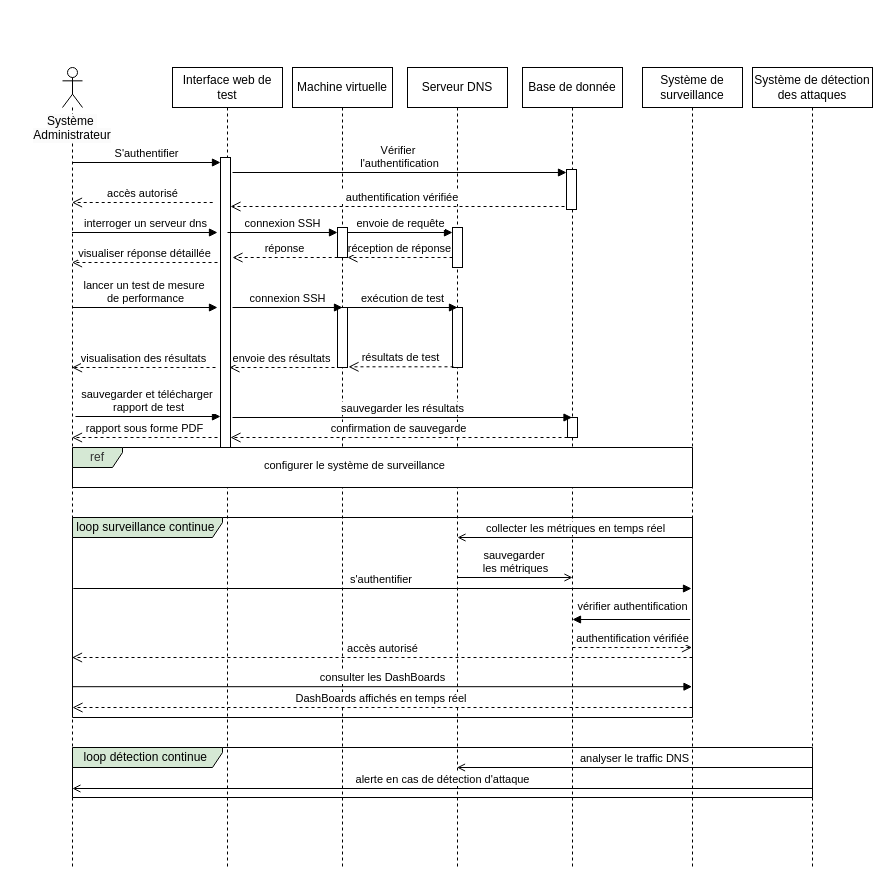
Above: sequence.drawio in eya-harbaoui/Diagramms (draw.io), before the change. Source tidied: cells renumbered, new cells numbered last; positions are measured from the earlier drawing's top-left corner, leaving out a move shared by most shapes. Both pictures are drawn from the tidied source at 100%, with x=0, y=0 at pixel (17, 67).
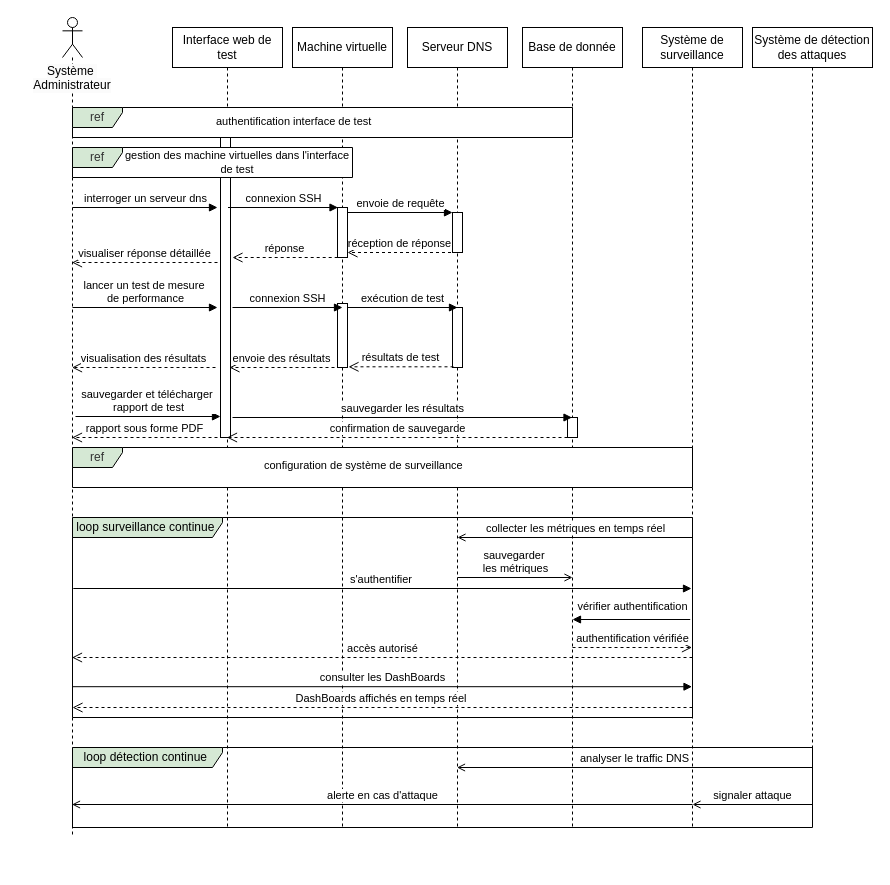
The same diagram, later.

Commit message (it also covers changes not shown here):
Mettre à jour sequence.drawio

Diff of the diagram source:
```diff
@@
     <mxCell id="2" value="Interface web de test" style="shape=umlLifeline;perimeter=lifelinePerimeter;whiteSpace=wrap;html=1;outlineConnect=0;portConstraint=eastwest;newEdgeStyle={&quot;edgeStyle&quot;:&quot;elbowEdgeStyle&quot;,&quot;elbow&quot;:&quot;vertical&quot;,&quot;curved&quot;:0,&quot;rounded&quot;:0};" parent="1" vertex="1">
-      <mxGeometry x="155" width="110" height="800" as="geometry" />
+      <mxGeometry x="155" y="-40" width="110" height="800" as="geometry" />
     </mxCell>
     <mxCell id="3" style="html=1;points=[[0,0,0,0,5],[0,1,0,0,-5],[1,0,0,0,5],[1,1,0,0,-5]];perimeter=orthogonalPerimeter;outlineConnect=0;targetShapes=umlLifeline;portConstraint=eastwest;newEdgeStyle={&quot;curved&quot;:0,&quot;rounded&quot;:0};" parent="2" vertex="1">
-      <mxGeometry x="48" y="90" width="10" height="300" as="geometry" />
+      <mxGeometry x="48" y="90" width="10" height="320" as="geometry" />
     </mxCell>
     <mxCell id="4" value="Machine virtuelle" style="shape=umlLifeline;perimeter=lifelinePerimeter;whiteSpace=wrap;html=1;newEdgeStyle={&quot;edgeStyle&quot;:&quot;elbowEdgeStyle&quot;,&quot;elbow&quot;:&quot;vertical&quot;,&quot;curved&quot;:0,&quot;rounded&quot;:0};" parent="1" vertex="1">
-      <mxGeometry x="275" width="100" height="800" as="geometry" />
+      <mxGeometry x="275" y="-40" width="100" height="800" as="geometry" />
     </mxCell>
     <mxCell id="5" style="html=1;points=[[0,0,0,0,5],[0,1,0,0,-5],[1,0,0,0,5],[1,1,0,0,-5]];perimeter=orthogonalPerimeter;outlineConnect=0;targetShapes=umlLifeline;portConstraint=eastwest;newEdgeStyle={&quot;curved&quot;:0,&quot;rounded&quot;:0};" parent="4" vertex="1">
-      <mxGeometry x="45" y="160" width="10" height="30" as="geometry" />
+      <mxGeometry x="45" y="180" width="10" height="50" as="geometry" />
     </mxCell>
-    <mxCell id="6" value="connexion SSH" style="html=1;verticalAlign=bottom;endArrow=block;curved=0;rounded=0;entryX=0;entryY=0;entryDx=0;entryDy=5;" parent="4" edge="1" target="5">
-      <mxGeometry relative="1" as="geometry">
-        <mxPoint x="-65" y="165" as="sourcePoint" />
-      </mxGeometry>
-    </mxCell>
     <mxCell id="7" style="html=1;perimeter=orthogonalPerimeter;targetShapes=umlLifeline;newEdgeStyle={&quot;curved&quot;:0,&quot;rounded&quot;:0};" parent="4" vertex="1">
-      <mxGeometry x="45" y="240" width="10" height="60" as="geometry" />
+      <mxGeometry x="45" y="276" width="10" height="64" as="geometry" />
     </mxCell>
     <mxCell id="8" value="Base de donnée" style="shape=umlLifeline;perimeter=lifelinePerimeter;whiteSpace=wrap;html=1;outlineConnect=0;portConstraint=eastwest;newEdgeStyle={&quot;edgeStyle&quot;:&quot;elbowEdgeStyle&quot;,&quot;elbow&quot;:&quot;vertical&quot;,&quot;curved&quot;:0,&quot;rounded&quot;:0};" parent="1" vertex="1">
-      <mxGeometry x="505" width="100" height="800" as="geometry" />
+      <mxGeometry x="505" y="-40" width="100" height="800" as="geometry" />
     </mxCell>
-    <mxCell id="9" style="html=1;perimeter=orthogonalPerimeter;targetShapes=umlLifeline;newEdgeStyle={&quot;curved&quot;:0,&quot;rounded&quot;:0};" parent="8" vertex="1">
-      <mxGeometry x="44" y="102" width="10" height="40" as="geometry" />
-    </mxCell>
     <mxCell id="10" style="html=1;perimeter=orthogonalPerimeter;targetShapes=umlLifeline;newEdgeStyle={&quot;curved&quot;:0,&quot;rounded&quot;:0};" parent="8" vertex="1">
-      <mxGeometry x="45" y="350" width="10" height="20" as="geometry" />
+      <mxGeometry x="45" y="390" width="10" height="20" as="geometry" />
     </mxCell>
     <mxCell id="11" value="Serveur DNS" style="shape=umlLifeline;perimeter=lifelinePerimeter;whiteSpace=wrap;html=1;outlineConnect=0;portConstraint=eastwest;newEdgeStyle={&quot;edgeStyle&quot;:&quot;elbowEdgeStyle&quot;,&quot;elbow&quot;:&quot;vertical&quot;,&quot;curved&quot;:0,&quot;rounded&quot;:0};" parent="1" vertex="1">
-      <mxGeometry x="390" width="100" height="800" as="geometry" />
+      <mxGeometry x="390" y="-40" width="100" height="800" as="geometry" />
     </mxCell>
     <mxCell id="12" style="html=1;points=[[0,0,0,0,5],[0,1,0,0,-5],[1,0,0,0,5],[1,1,0,0,-5]];perimeter=orthogonalPerimeter;outlineConnect=0;targetShapes=umlLifeline;portConstraint=eastwest;newEdgeStyle={&quot;curved&quot;:0,&quot;rounded&quot;:0};" parent="11" vertex="1">
-      <mxGeometry x="45" y="160" width="10" height="40" as="geometry" />
+      <mxGeometry x="45" y="185" width="10" height="40" as="geometry" />
     </mxCell>
     <mxCell id="13" style="html=1;perimeter=orthogonalPerimeter;targetShapes=umlLifeline;newEdgeStyle={&quot;curved&quot;:0,&quot;rounded&quot;:0};" parent="11" vertex="1">
-      <mxGeometry x="45" y="240" width="10" height="60" as="geometry" />
+      <mxGeometry x="45" y="280" width="10" height="60" as="geometry" />
     </mxCell>
     <mxCell id="14" value="Système de surveillance" style="shape=umlLifeline;perimeter=lifelinePerimeter;whiteSpace=wrap;html=1;outlineConnect=0;portConstraint=eastwest;newEdgeStyle={&quot;edgeStyle&quot;:&quot;elbowEdgeStyle&quot;,&quot;elbow&quot;:&quot;vertical&quot;,&quot;curved&quot;:0,&quot;rounded&quot;:0};" parent="1" vertex="1">
-      <mxGeometry x="625" width="100" height="800" as="geometry" />
+      <mxGeometry x="625" y="-40" width="100" height="800" as="geometry" />
     </mxCell>
     <mxCell id="15" value="Système de détection des attaques" style="shape=umlLifeline;perimeter=lifelinePerimeter;whiteSpace=wrap;html=1;newEdgeStyle={&quot;edgeStyle&quot;:&quot;elbowEdgeStyle&quot;,&quot;elbow&quot;:&quot;vertical&quot;,&quot;curved&quot;:0,&quot;rounded&quot;:0};" parent="1" vertex="1">
-      <mxGeometry x="735" width="120" height="800" as="geometry" />
+      <mxGeometry x="735" y="-40" width="120" height="800" as="geometry" />
     </mxCell>
     <mxCell id="16" style="shape=umlLifeline;perimeter=lifelinePerimeter;whiteSpace=wrap;html=1;outlineConnect=0;portConstraint=eastwest;newEdgeStyle={&quot;curved&quot;:0,&quot;rounded&quot;:0};participant=umlActor;" parent="1" vertex="1">
-      <mxGeometry x="45" width="20" height="800" as="geometry" />
+      <mxGeometry x="45" y="-50" width="20" height="820" as="geometry" />
     </mxCell>
     <mxCell id="17" value="&lt;span style=&quot;color: rgb(0, 0, 0); font-family: Helvetica; font-size: 12px; font-style: normal; font-variant-ligatures: normal; font-variant-caps: normal; font-weight: 400; letter-spacing: normal; orphans: 2; text-indent: 0px; text-transform: none; widows: 2; word-spacing: 0px; -webkit-text-stroke-width: 0px; white-space: nowrap; background-color: rgb(251, 251, 251); text-decoration-thickness: initial; text-decoration-style: initial; text-decoration-color: initial; float: none; display: inline !important;&quot;&gt;Système&amp;nbsp;&lt;/span&gt;&lt;div style=&quot;forced-color-adjust: none; color: rgb(0, 0, 0); font-family: Helvetica; font-size: 12px; font-style: normal; font-variant-ligatures: normal; font-variant-caps: normal; font-weight: 400; letter-spacing: normal; orphans: 2; text-indent: 0px; text-transform: none; widows: 2; word-spacing: 0px; -webkit-text-stroke-width: 0px; white-space: nowrap; background-color: rgb(251, 251, 251); text-decoration-thickness: initial; text-decoration-style: initial; text-decoration-color: initial;&quot;&gt;Administrateur&lt;/div&gt;" style="text;whiteSpace=wrap;html=1;align=center;" parent="1" vertex="1">
-      <mxGeometry y="40" width="110" height="50" as="geometry" />
+      <mxGeometry y="-10" width="110" height="50" as="geometry" />
     </mxCell>
-    <mxCell id="18" value="accès autorisé" style="html=1;verticalAlign=bottom;endArrow=open;dashed=1;endSize=8;curved=0;rounded=0;" parent="1" edge="1" target="16">
-      <mxGeometry relative="1" as="geometry">
-        <mxPoint x="195.2" y="135" as="sourcePoint" />
-      </mxGeometry>
-    </mxCell>
-    <mxCell id="19" value="S'authentifier" style="html=1;verticalAlign=bottom;endArrow=block;curved=0;rounded=0;entryX=0;entryY=0;entryDx=0;entryDy=5;" parent="1" edge="1" source="16" target="3">
-      <mxGeometry relative="1" as="geometry" />
-    </mxCell>
-    <mxCell id="20" value="&amp;nbsp; &amp;nbsp;authentification vérifiée" style="html=1;verticalAlign=bottom;endArrow=open;dashed=1;endSize=8;curved=0;rounded=0;exitX=0;exitY=1;exitDx=0;exitDy=-5;" parent="1" edge="1">
-      <mxGeometry relative="1" as="geometry">
-        <mxPoint x="547" y="139" as="sourcePoint" />
-        <mxPoint x="213" y="139" as="targetPoint" />
-      </mxGeometry>
-    </mxCell>
-    <mxCell id="21" value="Vérifier&amp;nbsp;&lt;div&gt;l'authentification&lt;/div&gt;" style="html=1;verticalAlign=bottom;endArrow=block;curved=0;rounded=0;entryX=0;entryY=0;entryDx=0;entryDy=5;" parent="1" edge="1">
-      <mxGeometry relative="1" as="geometry">
-        <mxPoint x="215" y="105" as="sourcePoint" />
-        <mxPoint x="549" y="105" as="targetPoint" />
-      </mxGeometry>
-    </mxCell>
-    <mxCell id="22" value="interroger un serveur dns" style="html=1;verticalAlign=bottom;endArrow=block;curved=0;rounded=0;entryX=0;entryY=0;entryDx=0;entryDy=5;" parent="1" edge="1" source="16">
+    <mxCell id="22" value="interroger un serveur dns" style="html=1;verticalAlign=bottom;endArrow=block;curved=0;rounded=0;entryX=0;entryY=0;entryDx=0;entryDy=5;" parent="1" edge="1">
       <mxGeometry relative="1" as="geometry">
-        <mxPoint x="200" y="165" as="targetPoint" />
+        <mxPoint x="55" y="140" as="sourcePoint" />
+        <mxPoint x="200" y="140" as="targetPoint" />
       </mxGeometry>
     </mxCell>
@@
-    <mxCell id="25" value="envoie de requête" style="html=1;verticalAlign=bottom;endArrow=block;curved=0;rounded=0;entryX=0;entryY=0;entryDx=0;entryDy=5;exitX=1;exitY=0;exitDx=0;exitDy=5;exitPerimeter=0;" parent="1" edge="1" source="5" target="12">
+    <mxCell id="25" value="envoie de requête" style="html=1;verticalAlign=bottom;endArrow=block;curved=0;rounded=0;exitX=1;exitY=0;exitDx=0;exitDy=5;exitPerimeter=0;" parent="1" edge="1" source="5" target="12">
       <mxGeometry relative="1" as="geometry" />
     </mxCell>
-    <mxCell id="26" value="réception de réponse" style="html=1;verticalAlign=bottom;endArrow=open;dashed=1;endSize=8;curved=0;rounded=0;" parent="1" edge="1" target="5">
+    <mxCell id="26" value="réception de réponse" style="html=1;verticalAlign=bottom;endArrow=open;dashed=1;endSize=8;curved=0;rounded=0;" parent="1" edge="1">
       <mxGeometry relative="1" as="geometry">
-        <mxPoint x="435" y="190" as="sourcePoint" />
+        <mxPoint x="433.5" y="185" as="sourcePoint" />
+        <mxPoint x="330" y="185" as="targetPoint" />
+        <Array as="points">
+          <mxPoint x="413.5" y="185" />
+          <mxPoint x="373.5" y="185" />
+        </Array>
       </mxGeometry>
     </mxCell>
@@
-    <mxCell id="35" value="confirmation de sauvegarde" style="html=1;verticalAlign=bottom;endArrow=open;dashed=1;endSize=8;curved=0;rounded=0;" parent="1" edge="1" target="3">
+    <mxCell id="35" value="confirmation de sauvegarde" style="html=1;verticalAlign=bottom;endArrow=open;dashed=1;endSize=8;curved=0;rounded=0;" parent="1" edge="1" target="2">
       <mxGeometry relative="1" as="geometry">
         <mxPoint x="550" y="370" as="sourcePoint" />
       </mxGeometry>
     </mxCell>
@@
-    <mxCell id="40" value="&lt;span style=&quot;color: rgb(0, 0, 0); font-family: Helvetica; font-size: 11px; font-style: normal; font-variant-ligatures: normal; font-variant-caps: normal; font-weight: 400; letter-spacing: normal; orphans: 2; text-align: center; text-indent: 0px; text-transform: none; widows: 2; word-spacing: 0px; -webkit-text-stroke-width: 0px; white-space: nowrap; background-color: rgb(255, 255, 255); text-decoration-thickness: initial; text-decoration-style: initial; text-decoration-color: initial; display: inline !important; float: none;&quot;&gt;configurer le système de surveillance&lt;/span&gt;" style="text;whiteSpace=wrap;html=1;" parent="1" vertex="1">
+    <mxCell id="40" value="&lt;span style=&quot;color: rgb(0, 0, 0); font-family: Helvetica; font-size: 11px; font-style: normal; font-variant-ligatures: normal; font-variant-caps: normal; font-weight: 400; letter-spacing: normal; orphans: 2; text-align: center; text-indent: 0px; text-transform: none; widows: 2; word-spacing: 0px; -webkit-text-stroke-width: 0px; white-space: nowrap; background-color: rgb(255, 255, 255); text-decoration-thickness: initial; text-decoration-style: initial; text-decoration-color: initial; display: inline !important; float: none;&quot;&gt;configuration de système de surveillance&lt;/span&gt;" style="text;whiteSpace=wrap;html=1;" parent="1" vertex="1">
       <mxGeometry x="245" y="384" width="217" height="40" as="geometry" />
     </mxCell>
@@
     <mxCell id="48" value="loop détection continue&amp;nbsp;" style="shape=umlFrame;whiteSpace=wrap;html=1;width=150;height=20;fillColor=#D5E8D4;" parent="1" vertex="1">
-      <mxGeometry x="55" y="680" width="740" height="50" as="geometry" />
+      <mxGeometry x="55" y="680" width="740" height="80" as="geometry" />
     </mxCell>
@@
-    <mxCell id="50" value="alerte en cas de détection d'attaque" style="html=1;verticalAlign=bottom;endArrow=open;curved=0;rounded=0;endFill=0;" parent="1" edge="1">
+    <mxCell id="50" value="signaler attaque" style="html=1;verticalAlign=bottom;endArrow=open;curved=0;rounded=0;endFill=0;" parent="1" edge="1">
       <mxGeometry relative="1" as="geometry">
-        <mxPoint x="795" y="721" as="sourcePoint" />
-        <mxPoint x="54.9" y="721" as="targetPoint" />
+        <mxPoint x="795" y="737" as="sourcePoint" />
+        <mxPoint x="675" y="737" as="targetPoint" />
       </mxGeometry>
     </mxCell>
+    <mxCell id="51" value="alerte en cas d'attaque" style="html=1;verticalAlign=bottom;endArrow=open;curved=0;rounded=0;endFill=0;" parent="1" edge="1" target="16">
+      <mxGeometry relative="1" as="geometry">
+        <mxPoint x="675" y="737" as="sourcePoint" />
+      </mxGeometry>
+    </mxCell>
+    <mxCell id="52" value="ref" style="shape=umlFrame;whiteSpace=wrap;html=1;width=50;height=20;fillColor=#D5E8D4;fontColor=#333333;strokeColor=#000000;swimlaneFillColor=default;" parent="1" vertex="1">
+      <mxGeometry x="55" y="40" width="500" height="30" as="geometry" />
+    </mxCell>
+    <mxCell id="53" value="&lt;span style=&quot;color: rgb(0, 0, 0); font-family: Helvetica; font-size: 11px; font-style: normal; font-variant-ligatures: normal; font-variant-caps: normal; font-weight: 400; letter-spacing: normal; orphans: 2; text-align: center; text-indent: 0px; text-transform: none; widows: 2; word-spacing: 0px; -webkit-text-stroke-width: 0px; white-space: nowrap; background-color: rgb(255, 255, 255); text-decoration-thickness: initial; text-decoration-style: initial; text-decoration-color: initial; display: inline !important; float: none;&quot;&gt;authentification interface de test&lt;/span&gt;" style="text;whiteSpace=wrap;html=1;" parent="1" vertex="1">
+      <mxGeometry x="196.5" y="40" width="217" height="40" as="geometry" />
+    </mxCell>
+    <mxCell id="54" value="ref" style="shape=umlFrame;whiteSpace=wrap;html=1;width=50;height=20;fillColor=#D5E8D4;fontColor=#333333;strokeColor=#000000;swimlaneFillColor=default;" parent="1" vertex="1">
+      <mxGeometry x="55" y="80" width="280" height="30" as="geometry" />
+    </mxCell>
+    <mxCell id="55" value="&lt;span style=&quot;color: rgb(0, 0, 0); font-family: Helvetica; font-size: 11px; font-style: normal; font-variant-ligatures: normal; font-variant-caps: normal; font-weight: 400; letter-spacing: normal; orphans: 2; text-indent: 0px; text-transform: none; widows: 2; word-spacing: 0px; -webkit-text-stroke-width: 0px; white-space: nowrap; background-color: rgb(255, 255, 255); text-decoration-thickness: initial; text-decoration-style: initial; text-decoration-color: initial; float: none; display: inline !important;&quot;&gt;gestion des machine virtuelles dans l'interface&lt;/span&gt;&lt;div&gt;&lt;span style=&quot;color: rgb(0, 0, 0); font-family: Helvetica; font-size: 11px; font-style: normal; font-variant-ligatures: normal; font-variant-caps: normal; font-weight: 400; letter-spacing: normal; orphans: 2; text-indent: 0px; text-transform: none; widows: 2; word-spacing: 0px; -webkit-text-stroke-width: 0px; white-space: nowrap; background-color: rgb(255, 255, 255); text-decoration-thickness: initial; text-decoration-style: initial; text-decoration-color: initial; float: none; display: inline !important;&quot;&gt;de test&lt;/span&gt;&lt;/div&gt;" style="text;whiteSpace=wrap;html=1;align=center;" parent="1" vertex="1">
+      <mxGeometry x="103.5" y="74" width="231.5" height="14" as="geometry" />
+    </mxCell>
+    <mxCell id="6" value="connexion SSH" style="html=1;verticalAlign=bottom;endArrow=block;curved=0;rounded=0;entryX=0;entryY=0;entryDx=0;entryDy=5;" parent="1" edge="1">
+      <mxGeometry relative="1" as="geometry">
+        <mxPoint x="210.5" y="140" as="sourcePoint" />
+        <mxPoint x="320.5" y="140" as="targetPoint" />
+      </mxGeometry>
+    </mxCell>
```
